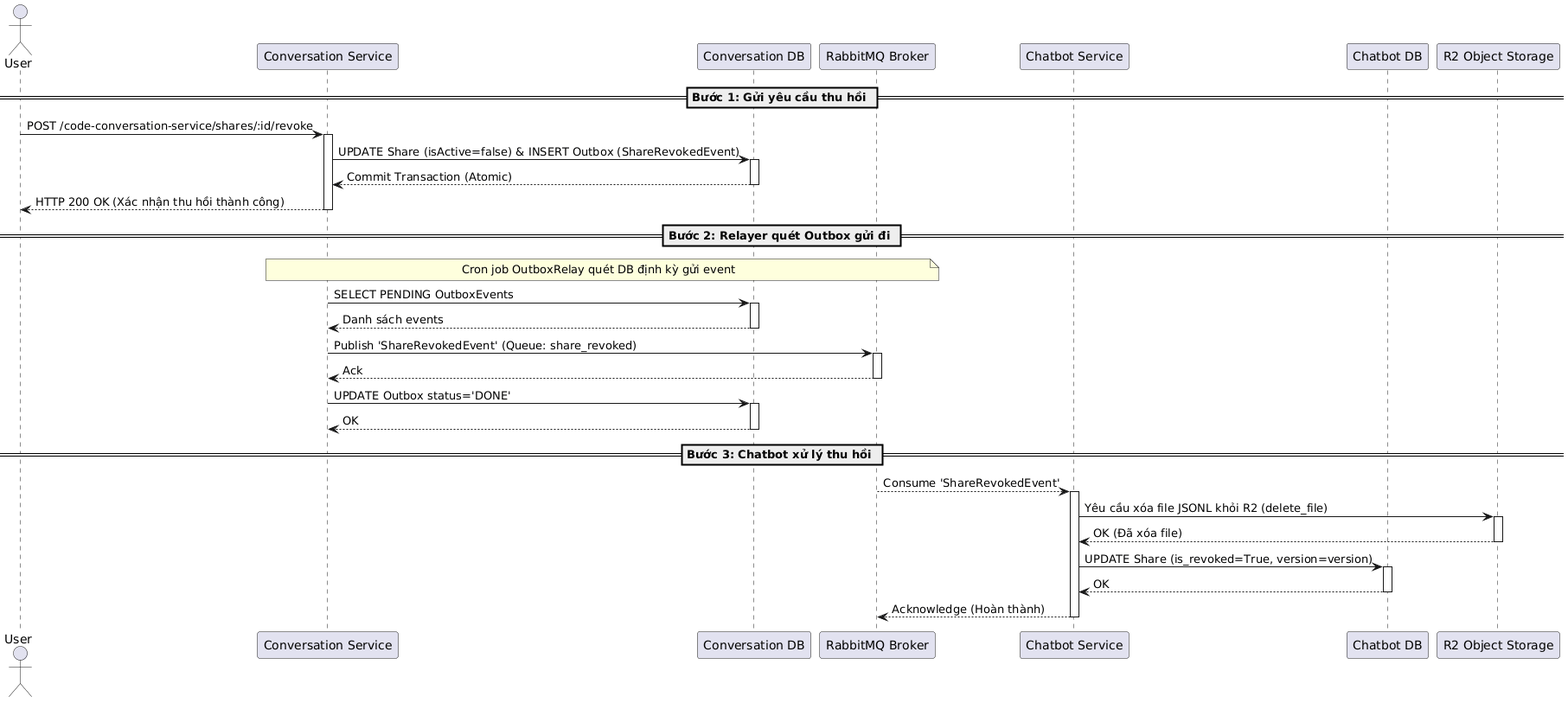
Above: temp/05-sequence/UML-Sequence-20.png in 20206205Tech/docs-uml (PlantUML), before the change. The source it was exported from:
```plantuml
@startuml
actor User as User
participant "Conversation Service" as Conv
participant "Conversation DB" as ConvDB
participant "RabbitMQ Broker" as RabbitMQ
participant "Chatbot Service" as Chatbot
participant "Chatbot DB" as ChatbotDB
participant "R2 Object Storage" as R2

== Bước 1: Gửi yêu cầu thu hồi ==
User -> Conv: POST /code-conversation-service/shares/:id/revoke
activate Conv

Conv -> ConvDB: UPDATE Share (isActive=false) & INSERT Outbox (ShareRevokedEvent)
activate ConvDB
ConvDB --> Conv: Commit Transaction (Atomic)
deactivate ConvDB

Conv --> User: HTTP 200 OK (Xác nhận thu hồi thành công)
deactivate Conv

== Bước 2: Relayer quét Outbox gửi đi ==
note over Conv, RabbitMQ: Cron job OutboxRelay quét DB định kỳ gửi event
Conv -> ConvDB: SELECT PENDING OutboxEvents
activate ConvDB
ConvDB --> Conv: Danh sách events
deactivate ConvDB

Conv -> RabbitMQ: Publish 'ShareRevokedEvent' (Queue: share_revoked)
activate RabbitMQ
RabbitMQ --> Conv: Ack
deactivate RabbitMQ

Conv -> ConvDB: UPDATE Outbox status='DONE'
activate ConvDB
ConvDB --> Conv: OK
deactivate ConvDB

== Bước 3: Chatbot xử lý thu hồi ==
RabbitMQ --> Chatbot: Consume 'ShareRevokedEvent'
activate Chatbot

Chatbot -> R2: Yêu cầu xóa file JSONL khỏi R2 (delete_file)
activate R2
R2 --> Chatbot: OK (Đã xóa file)
deactivate R2

Chatbot -> ChatbotDB: UPDATE Share (is_revoked=True, version=version)
activate ChatbotDB
ChatbotDB --> Chatbot: OK
deactivate ChatbotDB

Chatbot --> RabbitMQ: Acknowledge (Hoàn thành)
deactivate Chatbot
@enduml
```
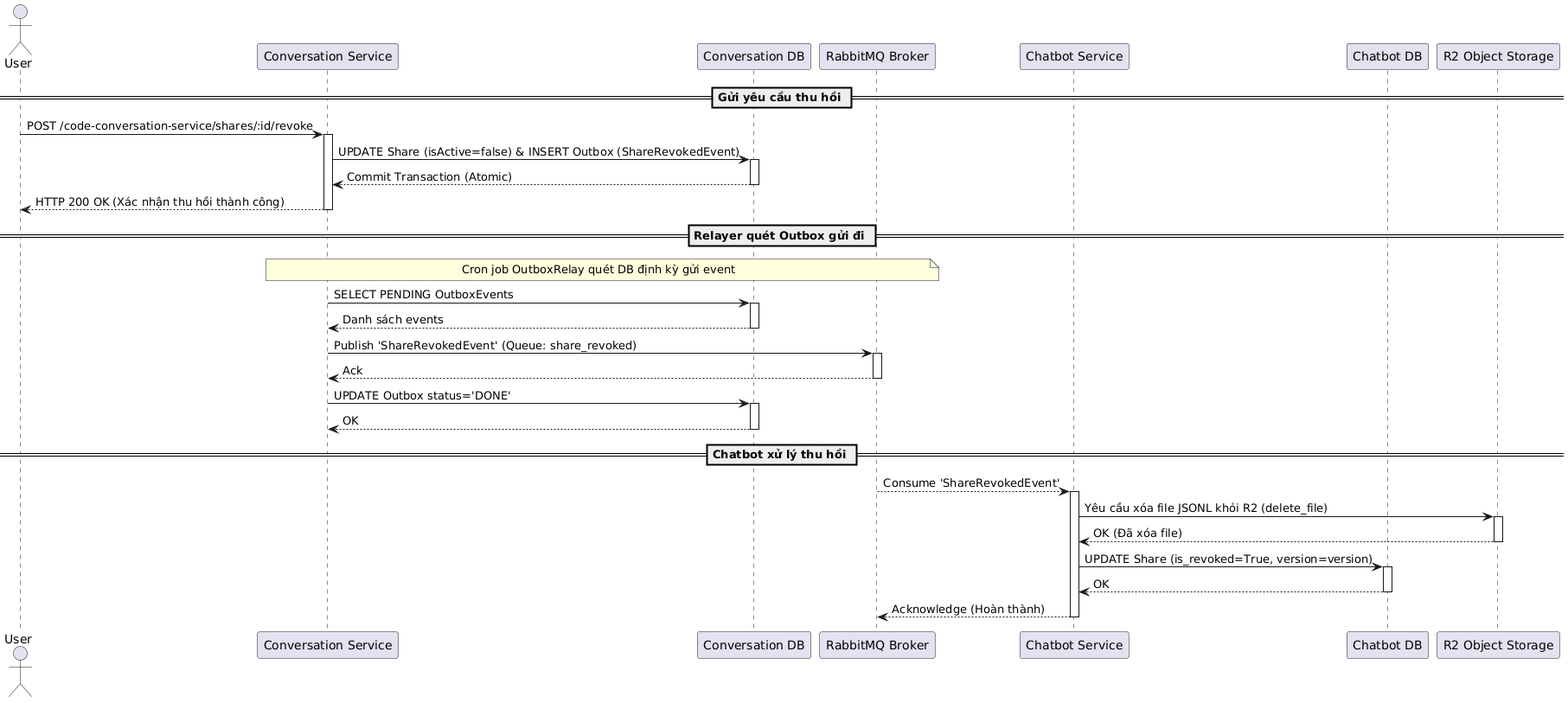
After the commit.

Diff of the diagram source:
```diff
@@ -7,7 +7,7 @@
 participant "Chatbot DB" as ChatbotDB
 participant "R2 Object Storage" as R2
 
-== Bước 1: Gửi yêu cầu thu hồi ==
+== Gửi yêu cầu thu hồi ==
 User -> Conv: POST /code-conversation-service/shares/:id/revoke
 activate Conv
 
@@ -19,7 +19,7 @@
 Conv --> User: HTTP 200 OK (Xác nhận thu hồi thành công)
 deactivate Conv
 
-== Bước 2: Relayer quét Outbox gửi đi ==
+== Relayer quét Outbox gửi đi ==
 note over Conv, RabbitMQ: Cron job OutboxRelay quét DB định kỳ gửi event
 Conv -> ConvDB: SELECT PENDING OutboxEvents
 activate ConvDB
@@ -36,7 +36,7 @@
 ConvDB --> Conv: OK
 deactivate ConvDB
 
-== Bước 3: Chatbot xử lý thu hồi ==
+== Chatbot xử lý thu hồi ==
 RabbitMQ --> Chatbot: Consume 'ShareRevokedEvent'
 activate Chatbot
 
```
